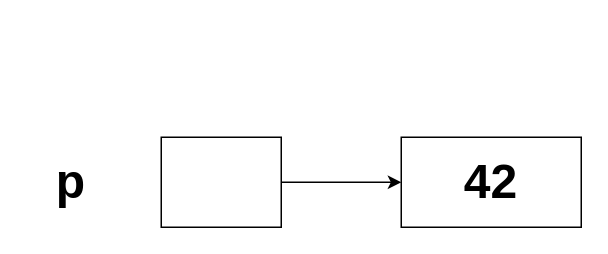
Earlier version of the draw.io diagram page "variables-1" (1 of 5) of docs/diagrams-variables.drawio (kushnertodd/basic-data-science-python). Source tidied: cells renumbered, new cells numbered last; positions are measured from the earlier drawing's top-left corner, leaving out a move shared by most shapes. Both pictures are drawn from the tidied source at 150%, with x=0, y=0 at pixel (26, 136).
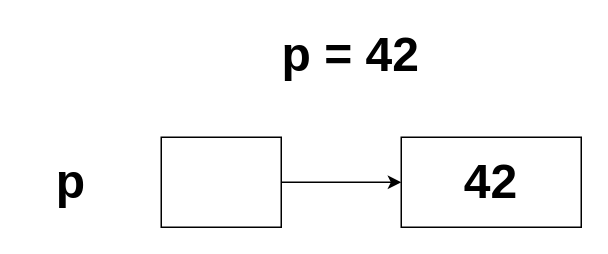
The same diagram, later.

What changed in the source:
```diff
@@
 <mxGraphModel>
   <root>
     <mxCell id="0" />
     <mxCell id="1" parent="0" />
     <mxCell id="2" value="&lt;font style=&quot;font-size: 32px;&quot;&gt;&lt;b&gt;p&lt;/b&gt;&lt;/font&gt;" style="text;html=1;whiteSpace=wrap;strokeColor=none;fillColor=none;align=center;verticalAlign=middle;rounded=0;" parent="1" vertex="1">
       <mxGeometry y="15" width="60" height="30" as="geometry" />
     </mxCell>
     <mxCell id="3" value="&lt;span style=&quot;font-size: 32px;&quot;&gt;&lt;b&gt;42&lt;/b&gt;&lt;/span&gt;" style="rounded=0;whiteSpace=wrap;html=1;" parent="1" vertex="1">
       <mxGeometry x="250" width="120" height="60" as="geometry" />
     </mxCell>
     <mxCell id="4" style="edgeStyle=orthogonalEdgeStyle;rounded=0;jettySize=auto;html=1;entryX=0;entryY=0.5;entryDx=0;entryDy=0;" parent="1" edge="1" source="5" target="3">
       <mxGeometry relative="1" as="geometry" />
     </mxCell>
     <mxCell id="5" style="rounded=0;whiteSpace=wrap;html=1;" parent="1" vertex="1">
       <mxGeometry x="90" width="80" height="60" as="geometry" />
     </mxCell>
+    <mxCell id="6" value="&lt;font style=&quot;font-size: 32px;&quot;&gt;&lt;b&gt;p = 42&lt;/b&gt;&lt;/font&gt;" style="text;html=1;whiteSpace=wrap;strokeColor=none;fillColor=none;align=center;verticalAlign=middle;rounded=0;" parent="1" vertex="1">
+      <mxGeometry x="150" y="-70" width="132.5" height="30" as="geometry" />
+    </mxCell>
   </root>
 </mxGraphModel>
```
